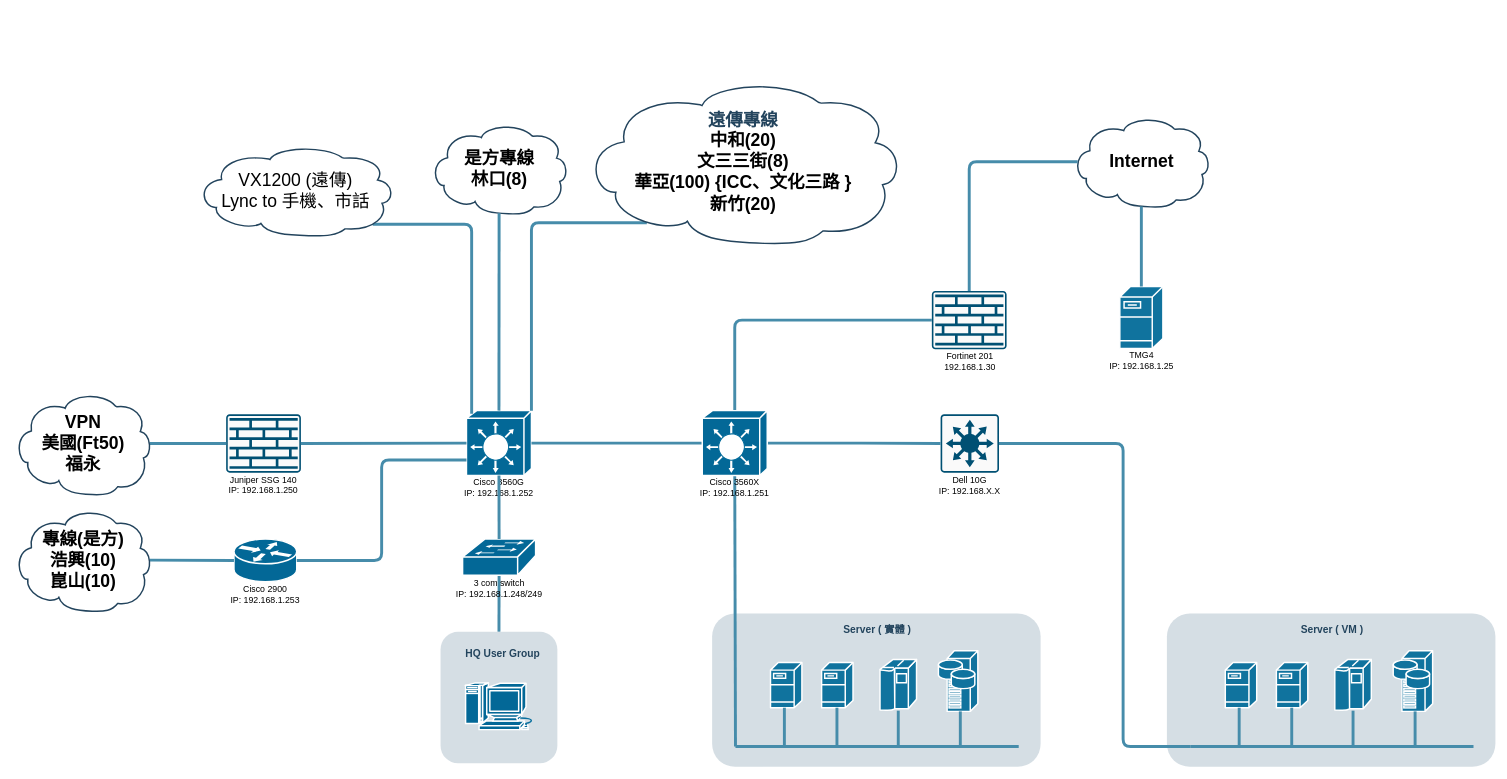
KevinKuo2519/AI-Prpgram keeps this draw.io diagram as HQ.drawio. Above is the earlier version. Source tidied: cells renumbered, new cells numbered last; positions are measured from the earlier drawing's top-left corner, leaving out a move shared by most shapes. Both pictures are drawn from the tidied source at 73%, with x=0, y=0 at pixel (13, 79).
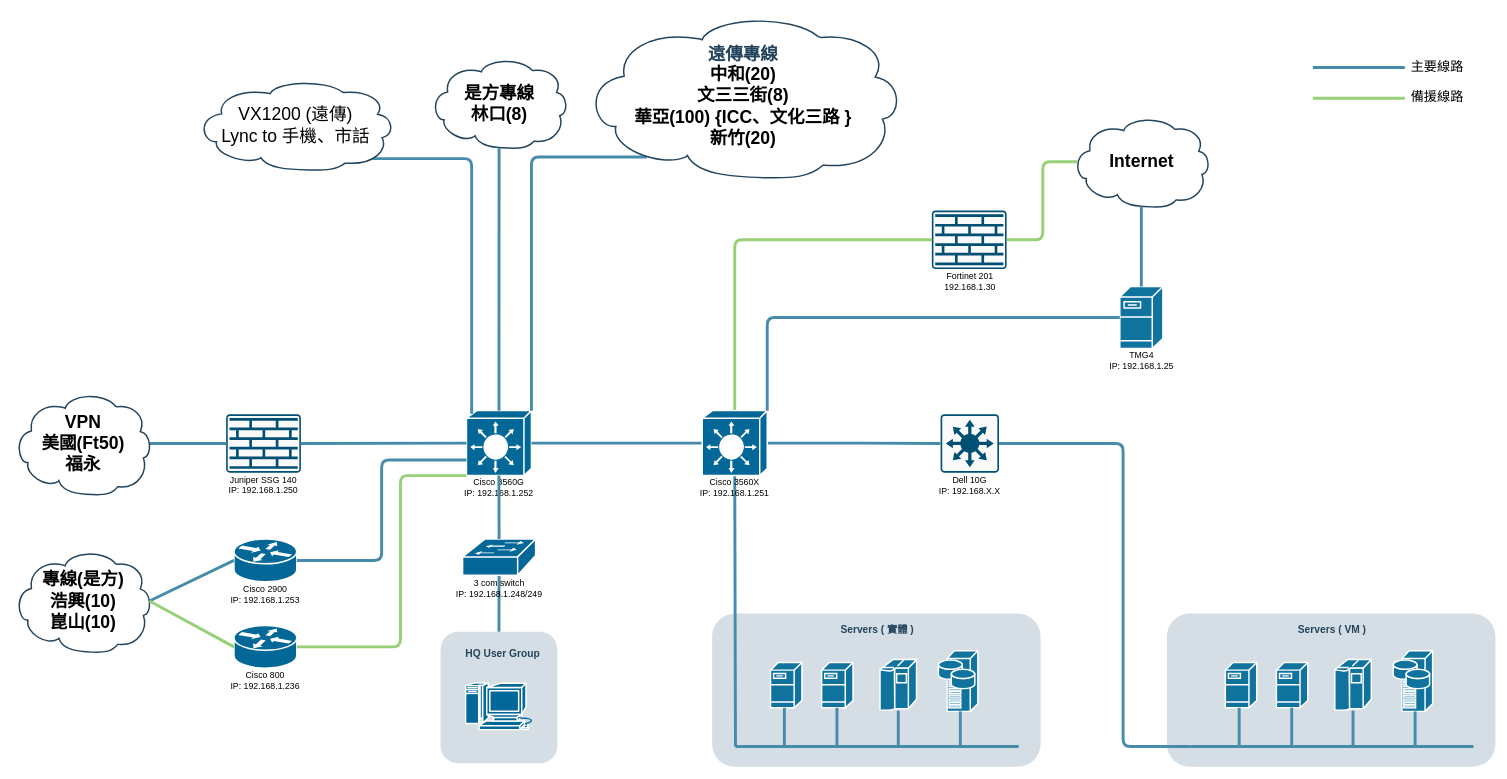
The same page after the edit.

Unchanged cells that the change refers to:
```xml
<mxCell id="2" style="group;" parent="1" vertex="1">
  <mxGeometry x="957" y="732" width="450" height="210" as="geometry" />
</mxCell>
<mxCell id="19" style="shape=mxgraph.cisco.switches.layer_3_switch;sketch=0;html=1;dashed=0;fillColor=#036897;strokeColor=#ffffff;strokeWidth=2;verticalLabelPosition=bottom;verticalAlign=top;align=center;outlineConnect=0;points=[[0,0.5,0,0,0],[0,0.76,0,0,0],[0,1,0,0,0],[0.08,0.05,0,0,0],[0.29,0,0,0,0],[0.5,0,0,0,0],[0.5,1,0,0,0],[0.82,0,0,0,0],[0.95,0.94,0,0,0],[1,0,0,0,0],[1,0.5,0,0,0]];" parent="18" vertex="1">
  <mxGeometry x="10.5" width="89" height="89" as="geometry" />
</mxCell>
<mxCell id="31" style="sketch=0;points=[[0.015,0.015,0],[0.985,0.015,0],[0.985,0.985,0],[0.015,0.985,0],[0.25,0,0],[0.5,0,0],[0.75,0,0],[1,0.25,0],[1,0.5,0],[1,0.75,0],[0.75,1,0],[0.5,1,0],[0.25,1,0],[0,0.75,0],[0,0.5,0],[0,0.25,0]];verticalLabelPosition=bottom;html=1;verticalAlign=top;align=center;shape=mxgraph.cisco19.rect;prIcon=firewall;fillColor=#FAFAFA;strokeColor=#005073;" parent="30" vertex="1">
  <mxGeometry x="0.5" width="102.4" height="80" as="geometry" />
</mxCell>
<mxCell id="35" style="group;" parent="1" vertex="1">
  <mxGeometry x="1580" y="732" width="450" height="210" as="geometry" />
</mxCell>
<mxCell id="65" style="shape=mxgraph.cisco.switches.layer_3_switch;sketch=0;html=1;dashed=0;fillColor=#036897;strokeColor=#ffffff;strokeWidth=2;verticalLabelPosition=bottom;verticalAlign=top;align=center;outlineConnect=0;" parent="64" vertex="1">
  <mxGeometry x="10.5" width="89" height="89" as="geometry" />
</mxCell>
<mxCell id="71" value="&lt;p style=&quot;margin-top: 0pt; margin-bottom: 0pt; margin-left: 0in; direction: ltr; unicode-bidi: embed; word-break: normal; font-size: 23px;&quot;&gt;&lt;/p&gt;&lt;p style=&quot;margin-top: 0pt; margin-bottom: 0pt; margin-left: 0in; direction: ltr; unicode-bidi: embed; word-break: normal;&quot;&gt;&lt;font color=&quot;#000000&quot;&gt;Internet&lt;/font&gt;&lt;/p&gt;" style="shape=mxgraph.cisco.storage.cloud;html=1;dashed=0;strokeColor=#23445D;fillColor=#ffffff;strokeWidth=2;fontFamily=Helvetica;fontSize=24;fontColor=#23445D;align=center;fontStyle=1;" parent="1" vertex="1">
  <mxGeometry x="1450" y="50.5" width="190" height="125" as="geometry" />
</mxCell>
<mxCell id="74" style="shape=mxgraph.cisco.servers.fileserver;html=1;dashed=0;fillColor=#10739E;strokeColor=#ffffff;strokeWidth=2;verticalLabelPosition=bottom;verticalAlign=top;fontFamily=Helvetica;fontSize=36;fontColor=#FFB366;" parent="73" vertex="1">
  <mxGeometry x="23" width="59" height="85" as="geometry" />
</mxCell>
```

Diff of the diagram source:
```diff
@@
-    <mxCell id="13" value="&lt;font color=&quot;#23445d&quot;&gt;Server ( 實體 )&lt;/font&gt;" style="rounded=1;whiteSpace=wrap;html=1;strokeColor=none;fillColor=none;fontSize=14;fontColor=#742B21;align=center;fontStyle=1;" parent="2" vertex="1">
+    <mxCell id="13" value="&lt;font color=&quot;#23445d&quot;&gt;Servers ( 實體 )&lt;/font&gt;" style="rounded=1;whiteSpace=wrap;html=1;strokeColor=none;fillColor=none;fontSize=14;fontColor=#742B21;align=center;fontStyle=1;" parent="2" vertex="1">
       <mxGeometry x="155" y="12" width="143" height="19" as="geometry" />
     </mxCell>
@@
     <mxCell id="27" style="group;" parent="1" vertex="1">
-      <mxGeometry x="295" y="630" width="100" height="91" as="geometry" />
+      <mxGeometry x="295" y="630" width="100" height="149.4" as="geometry" />
     </mxCell>
@@
+    <mxCell id="77" style="group;" parent="27" vertex="1">
+      <mxGeometry y="118.4" width="100" height="91" as="geometry" />
+    </mxCell>
+    <mxCell id="78" style="shape=mxgraph.cisco.routers.router;sketch=0;html=1;dashed=0;fillColor=#036897;strokeColor=#ffffff;strokeWidth=2;verticalLabelPosition=bottom;verticalAlign=top;align=center;outlineConnect=0;" parent="77" vertex="1">
+      <mxGeometry x="7" width="86" height="58.4" as="geometry" />
+    </mxCell>
+    <mxCell id="79" value="Cisco 800&lt;br&gt;IP: 192.168.1.236" style="text;html=1;strokeColor=none;fillColor=none;align=center;verticalAlign=middle;whiteSpace=wrap;rounded=0;" parent="77" vertex="1">
+      <mxGeometry y="61" width="100" height="30" as="geometry" />
+    </mxCell>
     <mxCell id="30" style="group;" parent="1" vertex="1">
-      <mxGeometry x="1257.5" y="290" width="105" height="112" as="geometry" />
+      <mxGeometry x="1257.5" y="180" width="105" height="112" as="geometry" />
     </mxCell>
@@
-    <mxCell id="34" style="rounded=1;jettySize=auto;html=1;exitX=0;exitY=0.5;exitDx=0;exitDy=0;exitPerimeter=0;entryX=0.5;entryY=0;entryDx=0;entryDy=0;entryPerimeter=0;endArrow=none;endFill=0;strokeWidth=4;strokeColor=#468CAA;edgeStyle=orthogonalEdgeStyle;" parent="1" edge="1" source="31" target="65">
+    <mxCell id="34" style="rounded=1;jettySize=auto;html=1;exitX=0;exitY=0.5;exitDx=0;exitDy=0;exitPerimeter=0;entryX=0.5;entryY=0;entryDx=0;entryDy=0;entryPerimeter=0;endArrow=none;endFill=0;strokeWidth=4;strokeColor=#97D077;edgeStyle=orthogonalEdgeStyle;" parent="1" edge="1" source="31" target="65">
       <mxGeometry relative="1" as="geometry" />
     </mxCell>
@@
-    <mxCell id="46" value="&lt;font color=&quot;#23445d&quot;&gt;Server ( VM )&lt;/font&gt;" style="rounded=1;whiteSpace=wrap;html=1;strokeColor=none;fillColor=none;fontSize=14;fontColor=#742B21;align=center;fontStyle=1;" parent="35" vertex="1">
+    <mxCell id="46" value="&lt;font color=&quot;#23445d&quot;&gt;Servers ( VM )&lt;/font&gt;" style="rounded=1;whiteSpace=wrap;html=1;strokeColor=none;fillColor=none;fontSize=14;fontColor=#742B21;align=center;fontStyle=1;" parent="35" vertex="1">
       <mxGeometry x="155" y="12" width="143" height="19" as="geometry" />
     </mxCell>
@@
     <mxCell id="49" value="&lt;p style=&quot;margin-top: 0pt; margin-bottom: 0pt; margin-left: 0in; direction: ltr; unicode-bidi: embed; word-break: normal; font-size: 23px;&quot;&gt;&lt;/p&gt;&lt;p style=&quot;margin-top: 0pt; margin-bottom: 0pt; margin-left: 0in; direction: ltr; unicode-bidi: embed; word-break: normal;&quot;&gt;遠傳專線&lt;/p&gt;&lt;span style=&quot;background-color: initial; font-size: 18pt; color: black;&quot;&gt;中和&lt;/span&gt;&lt;span style=&quot;background-color: initial; font-family: 微軟正黑體; color: black;&quot;&gt;(20)&lt;/span&gt;&lt;br&gt;&lt;span style=&quot;background-color: initial; font-size: 18pt; color: black;&quot;&gt;文三三街&lt;/span&gt;&lt;span style=&quot;background-color: initial; font-family: 微軟正黑體; color: black;&quot;&gt;(8)&lt;/span&gt;&lt;br&gt;&lt;p style=&quot;margin-top: 0pt; margin-bottom: 0pt; margin-left: 0in; direction: ltr; unicode-bidi: embed; word-break: normal;&quot;&gt;&lt;span style=&quot;font-size:18.0pt;&lt;br/&gt;font-family:微軟正黑體;mso-ascii-font-family:微軟正黑體;mso-fareast-font-family:微軟正黑體;&lt;br/&gt;mso-bidi-font-family:+mn-cs;mso-bidi-theme-font:minor-bidi;color:black;&lt;br/&gt;mso-color-index:1;mso-font-kerning:12.0pt;language:zh-TW;mso-style-textfill-type:&lt;br/&gt;solid;mso-style-textfill-fill-themecolor:text1;mso-style-textfill-fill-color:&lt;br/&gt;black;mso-style-textfill-fill-alpha:100.0%&quot;&gt;華亞&lt;/span&gt;&lt;span style=&quot;font-size:&lt;br/&gt;18.0pt;font-family:微軟正黑體;mso-ascii-font-family:微軟正黑體;mso-fareast-font-family:&lt;br/&gt;微軟正黑體;mso-bidi-font-family:+mn-cs;mso-bidi-theme-font:minor-bidi;color:black;&lt;br/&gt;mso-color-index:1;mso-font-kerning:12.0pt;language:en-US;mso-style-textfill-type:&lt;br/&gt;solid;mso-style-textfill-fill-themecolor:text1;mso-style-textfill-fill-color:&lt;br/&gt;black;mso-style-textfill-fill-alpha:100.0%&quot;&gt;(100)&lt;/span&gt;&lt;span style=&quot;font-size:&lt;br/&gt;18.0pt;font-family:微軟正黑體;mso-ascii-font-family:微軟正黑體;mso-fareast-font-family:&lt;br/&gt;微軟正黑體;mso-bidi-font-family:+mn-cs;mso-bidi-theme-font:minor-bidi;color:black;&lt;br/&gt;mso-color-index:1;mso-font-kerning:12.0pt;language:zh-TW;mso-style-textfill-type:&lt;br/&gt;solid;mso-style-textfill-fill-themecolor:text1;mso-style-textfill-fill-color:&lt;br/&gt;black;mso-style-textfill-fill-alpha:100.0%&quot;&gt; &lt;/span&gt;&lt;span style=&quot;font-size:&lt;br/&gt;18.0pt;font-family:微軟正黑體;mso-ascii-font-family:微軟正黑體;mso-fareast-font-family:&lt;br/&gt;微軟正黑體;mso-bidi-font-family:+mn-cs;mso-bidi-theme-font:minor-bidi;color:black;&lt;br/&gt;mso-color-index:1;mso-font-kerning:12.0pt;language:en-US;mso-style-textfill-type:&lt;br/&gt;solid;mso-style-textfill-fill-themecolor:text1;mso-style-textfill-fill-color:&lt;br/&gt;black;mso-style-textfill-fill-alpha:100.0%&quot;&gt;{ICC&lt;/span&gt;&lt;span style=&quot;font-size:&lt;br/&gt;18.0pt;font-family:微軟正黑體;mso-ascii-font-family:微軟正黑體;mso-fareast-font-family:&lt;br/&gt;微軟正黑體;mso-bidi-font-family:+mn-cs;mso-bidi-theme-font:minor-bidi;color:black;&lt;br/&gt;mso-color-index:1;mso-font-kerning:12.0pt;language:zh-TW;mso-style-textfill-type:&lt;br/&gt;solid;mso-style-textfill-fill-themecolor:text1;mso-style-textfill-fill-color:&lt;br/&gt;black;mso-style-textfill-fill-alpha:100.0%&quot;&gt;、文化三路 &lt;/span&gt;&lt;span style=&quot;font-size:18.0pt;font-family:微軟正黑體;mso-ascii-font-family:微軟正黑體;&lt;br/&gt;mso-fareast-font-family:微軟正黑體;mso-bidi-font-family:+mn-cs;mso-bidi-theme-font:&lt;br/&gt;minor-bidi;color:black;mso-color-index:1;mso-font-kerning:12.0pt;language:en-US;&lt;br/&gt;mso-style-textfill-type:solid;mso-style-textfill-fill-themecolor:text1;&lt;br/&gt;mso-style-textfill-fill-color:black;mso-style-textfill-fill-alpha:100.0%&quot;&gt;}&lt;/span&gt;&lt;/p&gt;&lt;p style=&quot;margin-top: 0pt; margin-bottom: 0pt; margin-left: 0in; direction: ltr; unicode-bidi: embed; word-break: normal;&quot;&gt;&lt;span style=&quot;background-color: initial; font-size: 18pt; font-family: 微軟正黑體; color: black;&quot;&gt;新竹&lt;/span&gt;&lt;span style=&quot;background-color: initial; font-size: 18pt; font-family: 微軟正黑體; color: black;&quot;&gt;(20)&lt;/span&gt;&lt;br&gt;&lt;/p&gt;" style="shape=mxgraph.cisco.storage.cloud;html=1;dashed=0;strokeColor=#23445D;fillColor=#ffffff;strokeWidth=2;fontFamily=Helvetica;fontSize=24;fontColor=#23445D;align=center;fontStyle=1;" parent="1" vertex="1">
-      <mxGeometry x="780" width="438" height="226" as="geometry" />
+      <mxGeometry x="780" y="-90" width="438" height="226" as="geometry" />
     </mxCell>
     <mxCell id="50" value="&lt;p style=&quot;margin-top: 0pt; margin-bottom: 0pt; margin-left: 0in; direction: ltr; unicode-bidi: embed; word-break: normal; font-size: 23px;&quot;&gt;&lt;/p&gt;&lt;p style=&quot;margin-top: 0pt; margin-bottom: 0pt; margin-left: 0in; direction: ltr; unicode-bidi: embed; word-break: normal;&quot;&gt;&lt;font color=&quot;#000000&quot;&gt;是方專線&lt;/font&gt;&lt;/p&gt;&lt;p style=&quot;margin-top: 0pt; margin-bottom: 0pt; margin-left: 0in; direction: ltr; unicode-bidi: embed; word-break: normal;&quot;&gt;&lt;span style=&quot;color: rgb(0, 0, 0); background-color: initial; font-size: 18pt;&quot;&gt;林口&lt;/span&gt;&lt;span style=&quot;color: rgb(0, 0, 0); background-color: initial; font-family: 微軟正黑體;&quot;&gt;(8)&lt;/span&gt;&lt;br&gt;&lt;/p&gt;" style="shape=mxgraph.cisco.storage.cloud;html=1;dashed=0;strokeColor=#23445D;fillColor=#ffffff;strokeWidth=2;fontFamily=Helvetica;fontSize=24;fontColor=#23445D;align=center;fontStyle=1;" parent="1" vertex="1">
-      <mxGeometry x="570.2" y="60" width="190" height="125" as="geometry" />
+      <mxGeometry x="570.2" y="-30" width="190" height="125" as="geometry" />
     </mxCell>
@@
     <mxCell id="55" value="&lt;p style=&quot;margin-top: 0pt; margin-bottom: 0pt; margin-left: 0in; direction: ltr; unicode-bidi: embed; word-break: normal; font-size: 23px;&quot;&gt;&lt;/p&gt;&lt;p style=&quot;border-color: var(--border-color); color: rgb(0, 0, 0); font-weight: 400; margin-top: 0pt; margin-bottom: 0pt; margin-left: 0in; direction: ltr; unicode-bidi: embed; word-break: normal;&quot;&gt;&lt;font style=&quot;border-color: var(--border-color);&quot;&gt;VX1200&amp;nbsp;&lt;span style=&quot;border-color: var(--border-color); font-family: 微軟正黑體;&quot;&gt;(&lt;/span&gt;&lt;span style=&quot;border-color: var(--border-color); font-family: 微軟正黑體;&quot;&gt;遠傳&lt;/span&gt;&lt;span style=&quot;border-color: var(--border-color); font-family: 微軟正黑體;&quot;&gt;)&lt;/span&gt;&lt;/font&gt;&lt;/p&gt;&lt;p style=&quot;border-color: var(--border-color); color: rgb(0, 0, 0); font-weight: 400; margin-top: 0pt; margin-bottom: 0pt; margin-left: 0in; direction: ltr; unicode-bidi: embed; word-break: normal;&quot;&gt;&lt;font style=&quot;border-color: var(--border-color);&quot;&gt;Lync to&amp;nbsp;&lt;span style=&quot;border-color: var(--border-color); font-family: 微軟正黑體;&quot;&gt;手機、市話&lt;/span&gt;&lt;/font&gt;&lt;/p&gt;" style="shape=mxgraph.cisco.storage.cloud;html=1;dashed=0;strokeColor=#23445D;fillColor=#ffffff;strokeWidth=2;fontFamily=Helvetica;fontSize=24;fontColor=#23445D;align=center;fontStyle=1;" parent="1" vertex="1">
-      <mxGeometry x="250" y="90" width="272" height="125" as="geometry" />
+      <mxGeometry x="250" width="272" height="125" as="geometry" />
     </mxCell>
@@
     <mxCell id="70" value="&lt;p style=&quot;margin-top: 0pt; margin-bottom: 0pt; margin-left: 0in; direction: ltr; unicode-bidi: embed; word-break: normal; font-size: 23px;&quot;&gt;&lt;/p&gt;&lt;p style=&quot;margin-top: 0pt; margin-bottom: 0pt; margin-left: 0in; direction: ltr; unicode-bidi: embed; word-break: normal;&quot;&gt;&lt;font color=&quot;#000000&quot;&gt;專線&lt;span style=&quot;font-size: 18pt; font-family: 微軟正黑體;&quot;&gt;(&lt;/span&gt;&lt;span style=&quot;font-size: 18pt; font-family: 微軟正黑體;&quot;&gt;是方&lt;/span&gt;&lt;span style=&quot;font-size: 18pt; font-family: 微軟正黑體;&quot;&gt;)&lt;/span&gt;&lt;/font&gt;&lt;/p&gt;&lt;p style=&quot;margin-top: 0pt; margin-bottom: 0pt; margin-left: 0in; direction: ltr; unicode-bidi: embed; word-break: normal;&quot;&gt;&lt;font color=&quot;#000000&quot;&gt;&lt;span style=&quot;font-size: 18pt; font-family: 微軟正黑體;&quot;&gt;浩興&lt;/span&gt;&lt;span style=&quot;font-size: 18pt; font-family: 微軟正黑體;&quot;&gt;(10)&lt;/span&gt;&lt;/font&gt;&lt;/p&gt;&lt;p style=&quot;margin-top: 0pt; margin-bottom: 0pt; margin-left: 0in; direction: ltr; unicode-bidi: embed; word-break: normal;&quot;&gt;&lt;span style=&quot;color: rgb(0, 0, 0); background-color: initial; font-size: 18pt; font-family: 微軟正黑體;&quot;&gt;崑山&lt;/span&gt;&lt;span style=&quot;color: rgb(0, 0, 0); background-color: initial; font-size: 18pt; font-family: 微軟正黑體;&quot;&gt;(10)&lt;/span&gt;&lt;br&gt;&lt;/p&gt;" style="shape=mxgraph.cisco.storage.cloud;html=1;dashed=0;strokeColor=#23445D;fillColor=#ffffff;strokeWidth=2;fontFamily=Helvetica;fontSize=24;fontColor=#23445D;align=center;fontStyle=1;" parent="1" vertex="1">
-      <mxGeometry y="588" width="190" height="141.5" as="geometry" />
+      <mxGeometry y="644" width="190" height="141.5" as="geometry" />
     </mxCell>
@@
-    <mxCell id="72" style="rounded=1;jettySize=auto;html=1;exitX=0.5;exitY=0;exitDx=0;exitDy=0;exitPerimeter=0;entryX=0.04;entryY=0.5;entryDx=0;entryDy=0;entryPerimeter=0;strokeColor=#468CAA;endArrow=none;endFill=0;strokeWidth=4;edgeStyle=orthogonalEdgeStyle;" parent="1" edge="1" source="31" target="71">
+    <mxCell id="72" style="rounded=1;jettySize=auto;html=1;exitX=1;exitY=0.5;exitDx=0;exitDy=0;exitPerimeter=0;entryX=0.04;entryY=0.5;entryDx=0;entryDy=0;entryPerimeter=0;strokeColor=#97D077;endArrow=none;endFill=0;strokeWidth=4;edgeStyle=orthogonalEdgeStyle;" parent="1" edge="1" source="31" target="71">
       <mxGeometry relative="1" as="geometry">
         <Array as="points">
-          <mxPoint x="1309" y="113" />
+          <mxPoint x="1410" y="220" />
+          <mxPoint x="1410" y="113" />
         </Array>
       </mxGeometry>
     </mxCell>
@@
+    <mxCell id="80" style="rounded=1;jettySize=auto;html=1;exitX=1;exitY=0.5;exitDx=0;exitDy=0;exitPerimeter=0;strokeColor=#97D077;strokeWidth=4;endArrow=none;endFill=0;edgeStyle=orthogonalEdgeStyle;entryX=0;entryY=1;entryDx=0;entryDy=0;entryPerimeter=0;" parent="1" edge="1" source="78" target="19">
+      <mxGeometry relative="1" as="geometry">
+        <Array as="points">
+          <mxPoint x="530" y="778" />
+          <mxPoint x="530" y="543" />
+        </Array>
+      </mxGeometry>
+    </mxCell>
+    <mxCell id="81" style="rounded=1;jettySize=auto;html=1;exitX=0.98;exitY=0.5;exitDx=0;exitDy=0;exitPerimeter=0;entryX=0;entryY=0.5;entryDx=0;entryDy=0;entryPerimeter=0;endArrow=none;endFill=0;strokeColor=#97D077;strokeWidth=4;" parent="1" edge="1" source="70" target="78">
+      <mxGeometry relative="1" as="geometry" />
+    </mxCell>
+    <mxCell id="82" style="rounded=1;jettySize=auto;html=1;exitX=0;exitY=0.5;exitDx=0;exitDy=0;exitPerimeter=0;entryX=1;entryY=0;entryDx=0;entryDy=0;entryPerimeter=0;endArrow=none;endFill=0;strokeWidth=4;strokeColor=#468CAA;edgeStyle=orthogonalEdgeStyle;" parent="1" edge="1" source="74" target="65">
+      <mxGeometry relative="1" as="geometry" />
+    </mxCell>
+    <mxCell id="83" style="group;" parent="1" vertex="1">
+      <mxGeometry x="1780" y="5" width="220" height="40" as="geometry" />
+    </mxCell>
+    <mxCell id="84" style="rounded=1;orthogonalLoop=1;jettySize=auto;html=1;entryX=0;entryY=0.5;entryDx=0;entryDy=0;entryPerimeter=0;endArrow=none;endFill=0;strokeColor=#97D077;strokeWidth=4;" parent="83" edge="1">
+      <mxGeometry relative="1" as="geometry">
+        <mxPoint y="21" as="sourcePoint" />
+        <mxPoint x="126" y="21" as="targetPoint" />
+      </mxGeometry>
+    </mxCell>
+    <mxCell id="85" value="&lt;font style=&quot;font-size: 18px;&quot;&gt;備援線路&lt;/font&gt;" style="text;html=1;align=center;verticalAlign=middle;strokeColor=none;fillColor=none;" parent="83" vertex="1">
+      <mxGeometry x="120" width="100" height="40" as="geometry" />
+    </mxCell>
+    <mxCell id="86" style="group;" parent="1" vertex="1">
+      <mxGeometry x="1780" y="-37" width="220" height="40" as="geometry" />
+    </mxCell>
+    <mxCell id="87" style="rounded=1;orthogonalLoop=1;jettySize=auto;html=1;entryX=0;entryY=0.5;entryDx=0;entryDy=0;entryPerimeter=0;endArrow=none;endFill=0;strokeColor=#468CAA;strokeWidth=4;" parent="86" edge="1">
+      <mxGeometry relative="1" as="geometry">
+        <mxPoint y="21" as="sourcePoint" />
+        <mxPoint x="126" y="21" as="targetPoint" />
+      </mxGeometry>
+    </mxCell>
+    <mxCell id="88" value="&lt;font style=&quot;font-size: 18px;&quot;&gt;主要線路&lt;/font&gt;" style="text;html=1;align=center;verticalAlign=middle;strokeColor=none;fillColor=none;" parent="86" vertex="1">
+      <mxGeometry x="120" width="100" height="40" as="geometry" />
+    </mxCell>
```
